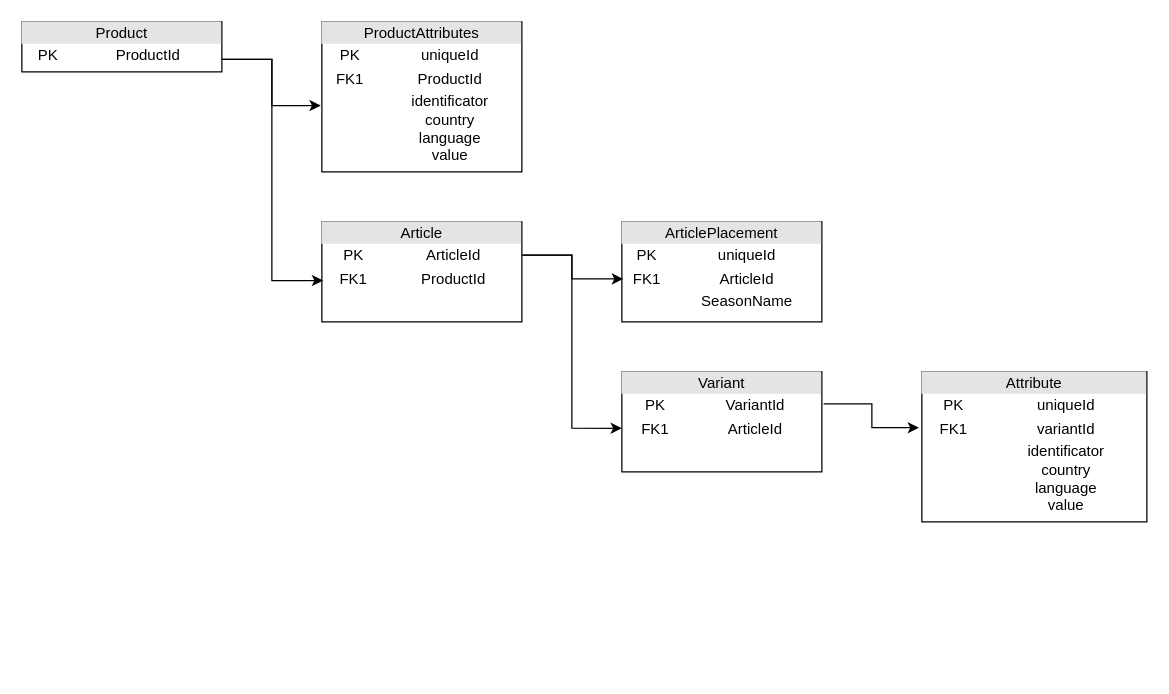
This is Untitled Diagram.drawio from smon99/DrawIoDiagrams, a draw.io file, before an edit. Source tidied: cells renumbered, new cells numbered last; positions are measured from the earlier drawing's top-left corner, leaving out a move shared by most shapes. Both pictures are drawn from the tidied source at 125%, with x=0, y=0 at pixel (21, 21).
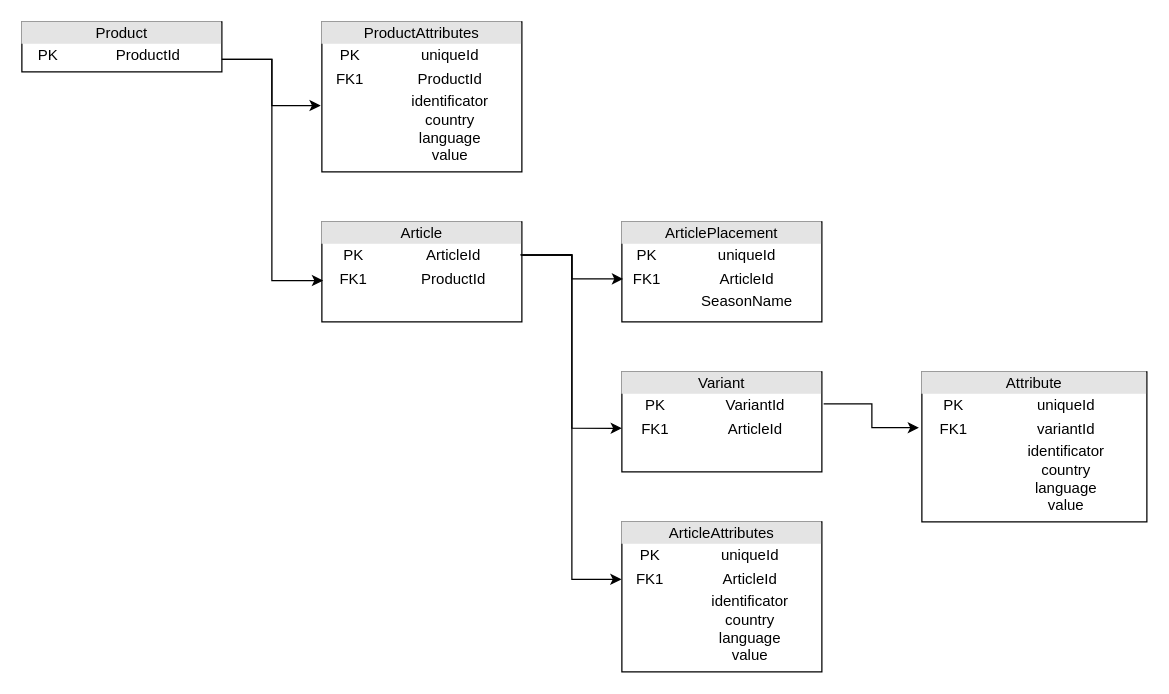
After the change.

Diff of the diagram source:
```diff
@@
 <mxGraphModel>
   <root>
     <mxCell id="0" />
     <mxCell id="1" parent="0" />
     <mxCell id="2" value="&lt;div align=&quot;center&quot; style=&quot;box-sizing:border-box;width:100%;background:#e4e4e4;padding:2px;&quot;&gt;Product&lt;br&gt;&lt;/div&gt;&lt;table align=&quot;center&quot; style=&quot;width:100%;font-size:1em;&quot; cellpadding=&quot;2&quot; cellspacing=&quot;0&quot;&gt;&lt;tbody&gt;&lt;tr&gt;&lt;td&gt;PK&lt;/td&gt;&lt;td&gt;ProductId&lt;br&gt;&lt;/td&gt;&lt;/tr&gt;&lt;tr&gt;&lt;td&gt;&lt;br&gt;&lt;/td&gt;&lt;td&gt;&lt;br&gt;&lt;/td&gt;&lt;/tr&gt;&lt;tr&gt;&lt;td&gt;&lt;br&gt;&lt;/td&gt;&lt;td&gt;&lt;br&gt;&lt;/td&gt;&lt;/tr&gt;&lt;/tbody&gt;&lt;/table&gt;" style="verticalAlign=top;align=center;overflow=fill;html=1;whiteSpace=wrap;" parent="1" vertex="1">
       <mxGeometry width="160" height="40" as="geometry" />
     </mxCell>
     <mxCell id="3" value="&lt;div align=&quot;center&quot; style=&quot;box-sizing:border-box;width:100%;background:#e4e4e4;padding:2px;&quot;&gt;ProductAttributes&lt;br&gt;&lt;/div&gt;&lt;table align=&quot;center&quot; style=&quot;width:100%;font-size:1em;&quot; cellpadding=&quot;2&quot; cellspacing=&quot;0&quot;&gt;&lt;tbody&gt;&lt;tr&gt;&lt;td&gt;PK&lt;/td&gt;&lt;td&gt;uniqueId&lt;/td&gt;&lt;/tr&gt;&lt;tr&gt;&lt;td&gt;FK1&lt;/td&gt;&lt;td&gt;ProductId&lt;br&gt;&lt;/td&gt;&lt;/tr&gt;&lt;tr&gt;&lt;td&gt;&lt;/td&gt;&lt;td&gt;identificator&lt;br&gt;country&lt;br&gt;language&lt;br&gt;value&lt;br&gt;&lt;/td&gt;&lt;/tr&gt;&lt;/tbody&gt;&lt;/table&gt;" style="verticalAlign=top;align=center;overflow=fill;html=1;whiteSpace=wrap;" parent="1" vertex="1">
       <mxGeometry x="240" width="160" height="120" as="geometry" />
     </mxCell>
     <mxCell id="4" value="&lt;div align=&quot;center&quot; style=&quot;box-sizing:border-box;width:100%;background:#e4e4e4;padding:2px;&quot;&gt;Article&lt;br&gt;&lt;/div&gt;&lt;table align=&quot;center&quot; style=&quot;width:100%;font-size:1em;&quot; cellpadding=&quot;2&quot; cellspacing=&quot;0&quot;&gt;&lt;tbody&gt;&lt;tr&gt;&lt;td&gt;PK&lt;/td&gt;&lt;td&gt;ArticleId&lt;br&gt;&lt;/td&gt;&lt;/tr&gt;&lt;tr&gt;&lt;td&gt;FK1&lt;/td&gt;&lt;td&gt;ProductId&lt;br&gt;&lt;/td&gt;&lt;/tr&gt;&lt;tr&gt;&lt;td&gt;&lt;/td&gt;&lt;td&gt;&lt;br&gt;&lt;/td&gt;&lt;/tr&gt;&lt;/tbody&gt;&lt;/table&gt;" style="verticalAlign=top;align=center;overflow=fill;html=1;whiteSpace=wrap;" parent="1" vertex="1">
       <mxGeometry x="240" y="160" width="160" height="80" as="geometry" />
     </mxCell>
     <mxCell id="5" value="&lt;div align=&quot;center&quot; style=&quot;box-sizing:border-box;width:100%;background:#e4e4e4;padding:2px;&quot;&gt;ArticlePlacement&lt;br&gt;&lt;/div&gt;&lt;table align=&quot;center&quot; style=&quot;width:100%;font-size:1em;&quot; cellpadding=&quot;2&quot; cellspacing=&quot;0&quot;&gt;&lt;tbody&gt;&lt;tr&gt;&lt;td&gt;PK&lt;/td&gt;&lt;td&gt;uniqueId&lt;/td&gt;&lt;/tr&gt;&lt;tr&gt;&lt;td&gt;FK1&lt;/td&gt;&lt;td&gt;ArticleId&lt;br&gt;&lt;/td&gt;&lt;/tr&gt;&lt;tr&gt;&lt;td&gt;&lt;/td&gt;&lt;td&gt;SeasonName&lt;br&gt;&lt;br&gt;&lt;/td&gt;&lt;/tr&gt;&lt;/tbody&gt;&lt;/table&gt;" style="verticalAlign=top;align=center;overflow=fill;html=1;whiteSpace=wrap;" parent="1" vertex="1">
       <mxGeometry x="480" y="160" width="160" height="80" as="geometry" />
     </mxCell>
     <mxCell id="6" value="&lt;div align=&quot;center&quot; style=&quot;box-sizing:border-box;width:100%;background:#e4e4e4;padding:2px;&quot;&gt;Variant&lt;br&gt;&lt;/div&gt;&lt;table align=&quot;center&quot; style=&quot;width:100%;font-size:1em;&quot; cellpadding=&quot;2&quot; cellspacing=&quot;0&quot;&gt;&lt;tbody&gt;&lt;tr&gt;&lt;td&gt;PK&lt;/td&gt;&lt;td&gt;VariantId&lt;br&gt;&lt;/td&gt;&lt;/tr&gt;&lt;tr&gt;&lt;td&gt;FK1&lt;/td&gt;&lt;td&gt;ArticleId&lt;br&gt;&lt;/td&gt;&lt;/tr&gt;&lt;tr&gt;&lt;td&gt;&lt;/td&gt;&lt;td&gt;&lt;br&gt;&lt;/td&gt;&lt;/tr&gt;&lt;/tbody&gt;&lt;/table&gt;" style="verticalAlign=top;align=center;overflow=fill;html=1;whiteSpace=wrap;" parent="1" vertex="1">
       <mxGeometry x="480" y="280" width="160" height="80" as="geometry" />
     </mxCell>
     <mxCell id="7" value="&lt;div align=&quot;center&quot; style=&quot;box-sizing:border-box;width:100%;background:#e4e4e4;padding:2px;&quot;&gt;Attribute&lt;br&gt;&lt;/div&gt;&lt;table align=&quot;center&quot; style=&quot;width:100%;font-size:1em;&quot; cellpadding=&quot;2&quot; cellspacing=&quot;0&quot;&gt;&lt;tbody&gt;&lt;tr&gt;&lt;td&gt;PK&lt;/td&gt;&lt;td&gt;uniqueId&lt;/td&gt;&lt;/tr&gt;&lt;tr&gt;&lt;td&gt;FK1&lt;/td&gt;&lt;td&gt;variantId&lt;br&gt;&lt;/td&gt;&lt;/tr&gt;&lt;tr&gt;&lt;td&gt;&lt;/td&gt;&lt;td&gt;identificator&lt;br&gt;country&lt;br&gt;language&lt;br&gt;value&lt;br&gt;&lt;/td&gt;&lt;/tr&gt;&lt;/tbody&gt;&lt;/table&gt;" style="verticalAlign=top;align=center;overflow=fill;html=1;whiteSpace=wrap;" parent="1" vertex="1">
       <mxGeometry x="720" y="280" width="180" height="120" as="geometry" />
     </mxCell>
     <mxCell id="8" style="edgeStyle=orthogonalEdgeStyle;rounded=0;jettySize=auto;html=1;exitX=1;exitY=0.75;exitDx=0;exitDy=0;entryX=-0.006;entryY=0.558;entryDx=0;entryDy=0;entryPerimeter=0;" parent="1" edge="1" source="2" target="3">
       <mxGeometry relative="1" as="geometry" />
     </mxCell>
     <mxCell id="9" style="edgeStyle=orthogonalEdgeStyle;rounded=0;jettySize=auto;html=1;exitX=1;exitY=0.75;exitDx=0;exitDy=0;entryX=0.006;entryY=0.587;entryDx=0;entryDy=0;entryPerimeter=0;" parent="1" edge="1" source="2" target="4">
       <mxGeometry relative="1" as="geometry" />
     </mxCell>
     <mxCell id="10" style="edgeStyle=orthogonalEdgeStyle;rounded=0;jettySize=auto;html=1;entryX=0.006;entryY=0.57;entryDx=0;entryDy=0;entryPerimeter=0;exitX=0.997;exitY=0.332;exitDx=0;exitDy=0;exitPerimeter=0;" parent="1" edge="1" source="4" target="5">
       <mxGeometry relative="1" as="geometry" />
     </mxCell>
     <mxCell id="11" style="edgeStyle=orthogonalEdgeStyle;rounded=0;jettySize=auto;html=1;entryX=0;entryY=0.564;entryDx=0;entryDy=0;entryPerimeter=0;exitX=1.006;exitY=0.332;exitDx=0;exitDy=0;exitPerimeter=0;" parent="1" edge="1" source="4" target="6">
       <mxGeometry relative="1" as="geometry" />
     </mxCell>
     <mxCell id="12" style="edgeStyle=orthogonalEdgeStyle;rounded=0;jettySize=auto;html=1;entryX=-0.013;entryY=0.372;entryDx=0;entryDy=0;entryPerimeter=0;exitX=1.009;exitY=0.32;exitDx=0;exitDy=0;exitPerimeter=0;" parent="1" edge="1" source="6" target="7">
       <mxGeometry relative="1" as="geometry" />
     </mxCell>
+    <mxCell id="13" value="&lt;div align=&quot;center&quot; style=&quot;box-sizing:border-box;width:100%;background:#e4e4e4;padding:2px;&quot;&gt;ArticleAttributes&lt;br&gt;&lt;/div&gt;&lt;table align=&quot;center&quot; style=&quot;width:100%;font-size:1em;&quot; cellpadding=&quot;2&quot; cellspacing=&quot;0&quot;&gt;&lt;tbody&gt;&lt;tr&gt;&lt;td&gt;PK&lt;/td&gt;&lt;td&gt;uniqueId&lt;/td&gt;&lt;/tr&gt;&lt;tr&gt;&lt;td&gt;FK1&lt;/td&gt;&lt;td&gt;ArticleId&lt;br&gt;&lt;/td&gt;&lt;/tr&gt;&lt;tr&gt;&lt;td&gt;&lt;/td&gt;&lt;td&gt;identificator&lt;br&gt;country&lt;br&gt;language&lt;br&gt;value&lt;br&gt;&lt;/td&gt;&lt;/tr&gt;&lt;/tbody&gt;&lt;/table&gt;" style="verticalAlign=top;align=center;overflow=fill;html=1;whiteSpace=wrap;" parent="1" vertex="1">
+      <mxGeometry x="480" y="400" width="160" height="120" as="geometry" />
+    </mxCell>
+    <mxCell id="14" style="edgeStyle=orthogonalEdgeStyle;rounded=0;jettySize=auto;html=1;entryX=-0.002;entryY=0.383;entryDx=0;entryDy=0;entryPerimeter=0;exitX=0.992;exitY=0.329;exitDx=0;exitDy=0;exitPerimeter=0;" parent="1" edge="1" source="4" target="13">
+      <mxGeometry relative="1" as="geometry" />
+    </mxCell>
   </root>
 </mxGraphModel>
```
